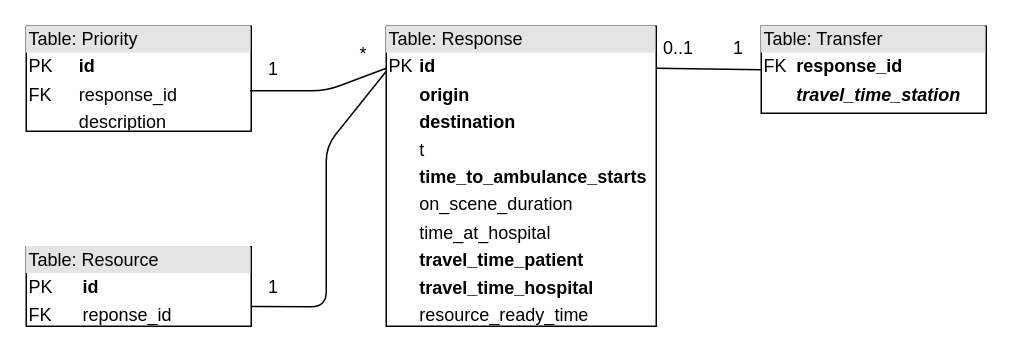
This is providentia-docs/report/drawio/relational-design-sim.drawio from DavidBakerEffendi/providentia, a draw.io file, before an edit. Source tidied: cells renumbered, new cells numbered last; positions are measured from the earlier drawing's top-left corner, leaving out a move shared by most shapes. Both pictures are drawn from the tidied source at 150%, with x=0, y=0 at pixel (26, 26).
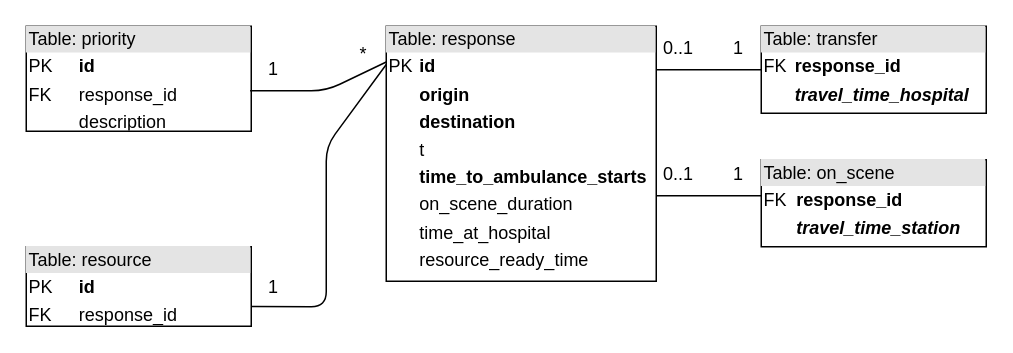
The same diagram, later.

Change to the diagram source:
```diff
@@
-    <mxCell id="2" value="&lt;div style=&quot;box-sizing: border-box ; width: 100% ; background: #e4e4e4 ; padding: 2px&quot;&gt;Table: Response&lt;/div&gt;&lt;table style=&quot;width: 100% ; font-size: 1em&quot; cellpadding=&quot;2&quot; cellspacing=&quot;0&quot;&gt;&lt;tbody&gt;&lt;tr&gt;&lt;td&gt;PK&lt;/td&gt;&lt;td&gt;&lt;b&gt;id&lt;/b&gt;&lt;/td&gt;&lt;/tr&gt;&lt;tr&gt;&lt;td&gt;&lt;br&gt;&lt;/td&gt;&lt;td&gt;&lt;b&gt;origin&lt;/b&gt;&lt;/td&gt;&lt;/tr&gt;&lt;tr&gt;&lt;td&gt;&lt;br&gt;&lt;/td&gt;&lt;td&gt;&lt;b&gt;destination&lt;/b&gt;&lt;/td&gt;&lt;/tr&gt;&lt;tr&gt;&lt;td&gt;&lt;br&gt;&lt;/td&gt;&lt;td&gt;t&lt;/td&gt;&lt;/tr&gt;&lt;tr&gt;&lt;td&gt;&lt;br&gt;&lt;/td&gt;&lt;td&gt;&lt;b&gt;time_to_ambulance_starts&lt;/b&gt;&lt;/td&gt;&lt;/tr&gt;&lt;tr&gt;&lt;td&gt;&lt;br&gt;&lt;/td&gt;&lt;td&gt;on_scene_duration&lt;/td&gt;&lt;/tr&gt;&lt;tr&gt;&lt;td&gt;&lt;br&gt;&lt;/td&gt;&lt;td&gt;time_at_hospital&lt;/td&gt;&lt;/tr&gt;&lt;tr&gt;&lt;td&gt;&lt;br&gt;&lt;/td&gt;&lt;td&gt;&lt;b&gt;travel_time_patient&lt;/b&gt;&lt;/td&gt;&lt;/tr&gt;&lt;tr&gt;&lt;td&gt;&lt;br&gt;&lt;/td&gt;&lt;td&gt;&lt;b&gt;travel_time_hospital&lt;/b&gt;&lt;/td&gt;&lt;/tr&gt;&lt;tr&gt;&lt;td&gt;&lt;br&gt;&lt;/td&gt;&lt;td&gt;resource_ready_time&lt;/td&gt;&lt;/tr&gt;&lt;/tbody&gt;&lt;/table&gt;" style="verticalAlign=top;align=left;overflow=fill;html=1;" parent="1" vertex="1">
-      <mxGeometry x="240" width="180" height="200" as="geometry" />
+    <mxCell id="2" value="&lt;div style=&quot;box-sizing: border-box ; width: 100% ; background: #e4e4e4 ; padding: 2px&quot;&gt;Table: response&lt;/div&gt;&lt;table style=&quot;width: 100% ; font-size: 1em&quot; cellpadding=&quot;2&quot; cellspacing=&quot;0&quot;&gt;&lt;tbody&gt;&lt;tr&gt;&lt;td&gt;PK&lt;/td&gt;&lt;td&gt;&lt;b&gt;id&lt;/b&gt;&lt;/td&gt;&lt;/tr&gt;&lt;tr&gt;&lt;td&gt;&lt;br&gt;&lt;/td&gt;&lt;td&gt;&lt;b&gt;origin&lt;/b&gt;&lt;/td&gt;&lt;/tr&gt;&lt;tr&gt;&lt;td&gt;&lt;br&gt;&lt;/td&gt;&lt;td&gt;&lt;b&gt;destination&lt;/b&gt;&lt;/td&gt;&lt;/tr&gt;&lt;tr&gt;&lt;td&gt;&lt;br&gt;&lt;/td&gt;&lt;td&gt;t&lt;/td&gt;&lt;/tr&gt;&lt;tr&gt;&lt;td&gt;&lt;br&gt;&lt;/td&gt;&lt;td&gt;&lt;b&gt;time_to_ambulance_starts&lt;/b&gt;&lt;/td&gt;&lt;/tr&gt;&lt;tr&gt;&lt;td&gt;&lt;br&gt;&lt;/td&gt;&lt;td&gt;on_scene_duration&lt;/td&gt;&lt;/tr&gt;&lt;tr&gt;&lt;td&gt;&lt;br&gt;&lt;/td&gt;&lt;td&gt;time_at_hospital&lt;/td&gt;&lt;/tr&gt;&lt;tr&gt;&lt;td&gt;&lt;br&gt;&lt;/td&gt;&lt;td&gt;resource_ready_time&lt;/td&gt;&lt;/tr&gt;&lt;/tbody&gt;&lt;/table&gt;" style="verticalAlign=top;align=left;overflow=fill;html=1;" parent="1" vertex="1">
+      <mxGeometry x="240" width="180" height="170" as="geometry" />
     </mxCell>
-    <mxCell id="3" value="&lt;div style=&quot;box-sizing: border-box ; width: 100% ; background: #e4e4e4 ; padding: 2px&quot;&gt;Table: Priority&lt;/div&gt;&lt;table style=&quot;width: 100% ; font-size: 1em&quot; cellpadding=&quot;2&quot; cellspacing=&quot;0&quot;&gt;&lt;tbody&gt;&lt;tr&gt;&lt;td&gt;PK&lt;/td&gt;&lt;td&gt;&lt;b&gt;id&lt;/b&gt;&lt;/td&gt;&lt;/tr&gt;&lt;tr&gt;&lt;td&gt;FK&lt;/td&gt;&lt;td&gt;response_id&lt;/td&gt;&lt;/tr&gt;&lt;tr&gt;&lt;td&gt;&lt;br&gt;&lt;/td&gt;&lt;td&gt;description&lt;/td&gt;&lt;/tr&gt;&lt;/tbody&gt;&lt;/table&gt;" style="verticalAlign=top;align=left;overflow=fill;html=1;" parent="1" vertex="1">
+    <mxCell id="3" value="&lt;div style=&quot;box-sizing: border-box ; width: 100% ; background: #e4e4e4 ; padding: 2px&quot;&gt;Table: priority&lt;/div&gt;&lt;table style=&quot;width: 100% ; font-size: 1em&quot; cellpadding=&quot;2&quot; cellspacing=&quot;0&quot;&gt;&lt;tbody&gt;&lt;tr&gt;&lt;td&gt;PK&lt;/td&gt;&lt;td&gt;&lt;b&gt;id&lt;/b&gt;&lt;/td&gt;&lt;/tr&gt;&lt;tr&gt;&lt;td&gt;FK&lt;/td&gt;&lt;td&gt;response_id&lt;/td&gt;&lt;/tr&gt;&lt;tr&gt;&lt;td&gt;&lt;br&gt;&lt;/td&gt;&lt;td&gt;description&lt;/td&gt;&lt;/tr&gt;&lt;/tbody&gt;&lt;/table&gt;" style="verticalAlign=top;align=left;overflow=fill;html=1;" parent="1" vertex="1">
       <mxGeometry width="150" height="70" as="geometry" />
     </mxCell>
-    <mxCell id="4" value="&lt;div style=&quot;box-sizing: border-box ; width: 100% ; background: #e4e4e4 ; padding: 2px&quot;&gt;Table: Transfer&lt;/div&gt;&lt;table style=&quot;width: 100% ; font-size: 1em&quot; cellpadding=&quot;2&quot; cellspacing=&quot;0&quot;&gt;&lt;tbody&gt;&lt;tr&gt;&lt;td&gt;FK&lt;/td&gt;&lt;td&gt;&lt;b&gt;response_id&lt;/b&gt;&lt;/td&gt;&lt;/tr&gt;&lt;tr&gt;&lt;td&gt;&lt;br&gt;&lt;/td&gt;&lt;td&gt;&lt;i&gt;&lt;b&gt;travel_time_station&lt;/b&gt;&lt;/i&gt;&lt;/td&gt;&lt;/tr&gt;&lt;tr&gt;&lt;td&gt;&lt;br&gt;&lt;/td&gt;&lt;td&gt;&lt;/td&gt;&lt;/tr&gt;&lt;/tbody&gt;&lt;/table&gt;" style="verticalAlign=top;align=left;overflow=fill;html=1;" parent="1" vertex="1">
+    <mxCell id="4" value="&lt;div style=&quot;box-sizing: border-box ; width: 100% ; background: #e4e4e4 ; padding: 2px&quot;&gt;Table: transfer&lt;/div&gt;&lt;table style=&quot;width: 100% ; font-size: 1em&quot; cellpadding=&quot;2&quot; cellspacing=&quot;0&quot;&gt;&lt;tbody&gt;&lt;tr&gt;&lt;td&gt;FK&lt;/td&gt;&lt;td&gt;&lt;b&gt;response_id&lt;/b&gt;&lt;/td&gt;&lt;/tr&gt;&lt;tr&gt;&lt;td&gt;&lt;br&gt;&lt;/td&gt;&lt;td&gt;&lt;i&gt;&lt;b&gt;travel_time_hospital&lt;/b&gt;&lt;/i&gt;&lt;/td&gt;&lt;/tr&gt;&lt;tr&gt;&lt;td&gt;&lt;br&gt;&lt;/td&gt;&lt;td&gt;&lt;/td&gt;&lt;/tr&gt;&lt;/tbody&gt;&lt;/table&gt;" style="verticalAlign=top;align=left;overflow=fill;html=1;" parent="1" vertex="1">
       <mxGeometry x="490" width="150" height="58" as="geometry" />
     </mxCell>
-    <mxCell id="5" value="&lt;div style=&quot;box-sizing: border-box ; width: 100% ; background: #e4e4e4 ; padding: 2px&quot;&gt;Table: Resource&lt;/div&gt;&lt;table style=&quot;width: 100% ; font-size: 1em&quot; cellpadding=&quot;2&quot; cellspacing=&quot;0&quot;&gt;&lt;tbody&gt;&lt;tr&gt;&lt;td&gt;PK&lt;/td&gt;&lt;td&gt;&lt;b&gt;id&lt;/b&gt;&lt;/td&gt;&lt;/tr&gt;&lt;tr&gt;&lt;td&gt;FK&lt;/td&gt;&lt;td&gt;reponse_id&lt;/td&gt;&lt;/tr&gt;&lt;tr&gt;&lt;td&gt;&lt;/td&gt;&lt;td&gt;&lt;/td&gt;&lt;/tr&gt;&lt;/tbody&gt;&lt;/table&gt;" style="verticalAlign=top;align=left;overflow=fill;html=1;" parent="1" vertex="1">
+    <mxCell id="5" value="&lt;div style=&quot;box-sizing: border-box ; width: 100% ; background: #e4e4e4 ; padding: 2px&quot;&gt;Table: resource&lt;/div&gt;&lt;table style=&quot;width: 100% ; font-size: 1em&quot; cellpadding=&quot;2&quot; cellspacing=&quot;0&quot;&gt;&lt;tbody&gt;&lt;tr&gt;&lt;td&gt;PK&lt;/td&gt;&lt;td&gt;&lt;b&gt;id&lt;/b&gt;&lt;/td&gt;&lt;/tr&gt;&lt;tr&gt;&lt;td&gt;FK&lt;/td&gt;&lt;td&gt;response_id&lt;/td&gt;&lt;/tr&gt;&lt;tr&gt;&lt;td&gt;&lt;/td&gt;&lt;td&gt;&lt;/td&gt;&lt;/tr&gt;&lt;/tbody&gt;&lt;/table&gt;" style="verticalAlign=top;align=left;overflow=fill;html=1;" parent="1" vertex="1">
       <mxGeometry y="147" width="150" height="53" as="geometry" />
     </mxCell>
@@
     <mxCell id="7" style="endArrow=none;html=1;entryX=0;entryY=0.5;entryDx=0;entryDy=0;" parent="1" edge="1" target="4">
       <mxGeometry relative="1" as="geometry">
-        <mxPoint x="420" y="28" as="sourcePoint" />
+        <mxPoint x="420" y="29" as="sourcePoint" />
       </mxGeometry>
     </mxCell>
@@
+    <mxCell id="14" value="&lt;div style=&quot;box-sizing: border-box ; width: 100% ; background: #e4e4e4 ; padding: 2px&quot;&gt;Table: on_scene&lt;/div&gt;&lt;table style=&quot;width: 100% ; font-size: 1em&quot; cellpadding=&quot;2&quot; cellspacing=&quot;0&quot;&gt;&lt;tbody&gt;&lt;tr&gt;&lt;td&gt;FK&lt;/td&gt;&lt;td&gt;&lt;b&gt;response_id&lt;/b&gt;&lt;/td&gt;&lt;/tr&gt;&lt;tr&gt;&lt;td&gt;&lt;br&gt;&lt;/td&gt;&lt;td&gt;&lt;i&gt;&lt;b&gt;travel_time_station&lt;/b&gt;&lt;/i&gt;&lt;/td&gt;&lt;/tr&gt;&lt;tr&gt;&lt;td&gt;&lt;br&gt;&lt;/td&gt;&lt;td&gt;&lt;/td&gt;&lt;/tr&gt;&lt;/tbody&gt;&lt;/table&gt;" style="verticalAlign=top;align=left;overflow=fill;html=1;" parent="1" vertex="1">
+      <mxGeometry x="490" y="89" width="150" height="58" as="geometry" />
+    </mxCell>
+    <mxCell id="15" style="endArrow=none;html=1;entryX=0;entryY=0.5;entryDx=0;entryDy=0;" parent="1" edge="1">
+      <mxGeometry relative="1" as="geometry">
+        <mxPoint x="420" y="113" as="sourcePoint" />
+        <mxPoint x="490" y="113" as="targetPoint" />
+      </mxGeometry>
+    </mxCell>
+    <mxCell id="16" value="1" style="text;html=1;strokeColor=none;fillColor=none;align=center;verticalAlign=middle;whiteSpace=wrap;rounded=0;" parent="1" vertex="1">
+      <mxGeometry x="460" y="89" width="30" height="20" as="geometry" />
+    </mxCell>
+    <mxCell id="17" value="0..1" style="text;html=1;strokeColor=none;fillColor=none;align=center;verticalAlign=middle;whiteSpace=wrap;rounded=0;" parent="1" vertex="1">
+      <mxGeometry x="420" y="89" width="30" height="20" as="geometry" />
+    </mxCell>
```
